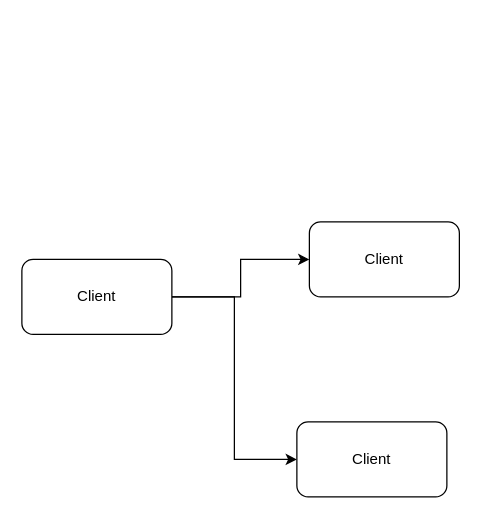
Earlier version of the draw.io diagram page "Flink On Yarn" (13 of 13) of docs/.vuepress/public/drawio/FlinkShuffle.drawio (mqjd/bigdata-notes). Source tidied: cells renumbered, new cells numbered last; positions are measured from the earlier drawing's top-left corner, leaving out a move shared by most shapes. Both pictures are drawn from the tidied source at 125%, with x=0, y=0 at pixel (21, 221).
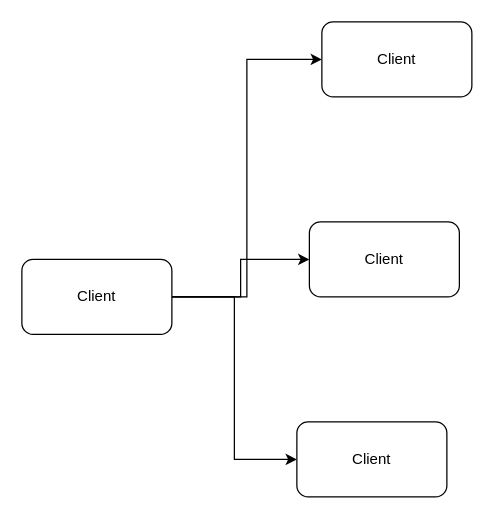
Above is the later version.

What changed in the source:
```diff
@@
 <mxGraphModel>
   <root>
     <mxCell id="0" />
     <mxCell id="1" parent="0" />
     <mxCell id="2" style="edgeStyle=orthogonalEdgeStyle;rounded=0;jettySize=auto;html=1;" parent="1" edge="1" source="4" target="5">
       <mxGeometry relative="1" as="geometry" />
     </mxCell>
     <mxCell id="3" style="edgeStyle=orthogonalEdgeStyle;rounded=0;jettySize=auto;html=1;entryX=0;entryY=0.5;entryDx=0;entryDy=0;" parent="1" edge="1" source="4" target="6">
       <mxGeometry relative="1" as="geometry" />
     </mxCell>
+    <mxCell id="7" style="edgeStyle=orthogonalEdgeStyle;rounded=0;jettySize=auto;html=1;entryX=0;entryY=0.5;entryDx=0;entryDy=0;" parent="1" edge="1" source="4" target="8">
+      <mxGeometry relative="1" as="geometry" />
+    </mxCell>
     <mxCell id="4" value="Client" style="rounded=1;whiteSpace=wrap;html=1;" parent="1" vertex="1">
       <mxGeometry y="30" width="120" height="60" as="geometry" />
     </mxCell>
     <mxCell id="5" value="Client" style="rounded=1;whiteSpace=wrap;html=1;" parent="1" vertex="1">
       <mxGeometry x="230" width="120" height="60" as="geometry" />
     </mxCell>
     <mxCell id="6" value="Client" style="rounded=1;whiteSpace=wrap;html=1;" parent="1" vertex="1">
       <mxGeometry x="220" y="160" width="120" height="60" as="geometry" />
     </mxCell>
+    <mxCell id="8" value="Client" style="rounded=1;whiteSpace=wrap;html=1;" parent="1" vertex="1">
+      <mxGeometry x="240" y="-160" width="120" height="60" as="geometry" />
+    </mxCell>
   </root>
 </mxGraphModel>
```
